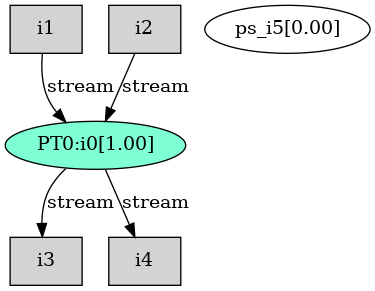
The Graphviz diagram Jacobi_AIE_Scalar/Work/reports/TopGraph.png in lxy-littlechai/SVD, before a commit. Its source is kept beside it as Jacobi_AIE_Scalar/Work/reports/TopGraph.dot.
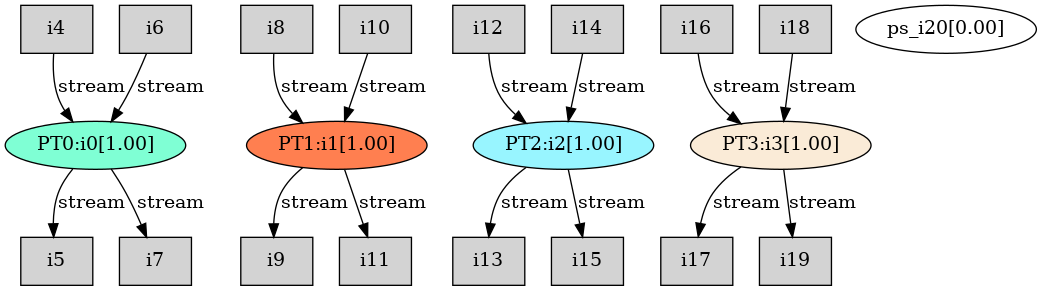
Above is the later version.

The edit, as a diff of the source:
```diff
@@ -1,12 +1,39 @@
 digraph root {
 "PT0:i0[1.00]" [style=filled, fillcolor=aquamarine];
-"i1" [shape=box style=filled, fillcolor=lightgrey];
-"i2" [shape=box style=filled, fillcolor=lightgrey];
-"i3" [shape=box style=filled, fillcolor=lightgrey];
+"PT1:i1[1.00]" [style=filled, fillcolor=coral];
+"PT2:i2[1.00]" [style=filled, fillcolor=cadetblue1];
+"PT3:i3[1.00]" [style=filled, fillcolor=antiquewhite];
 "i4" [shape=box style=filled, fillcolor=lightgrey];
-"ps_i5[0.00]";
-"i1" -> "PT0:i0[1.00]" [label="stream"];
-"i2" -> "PT0:i0[1.00]" [label="stream"];
-"PT0:i0[1.00]" -> "i3" [label="stream"];
-"PT0:i0[1.00]" -> "i4" [label="stream"];
+"i5" [shape=box style=filled, fillcolor=lightgrey];
+"i6" [shape=box style=filled, fillcolor=lightgrey];
+"i7" [shape=box style=filled, fillcolor=lightgrey];
+"i8" [shape=box style=filled, fillcolor=lightgrey];
+"i9" [shape=box style=filled, fillcolor=lightgrey];
+"i10" [shape=box style=filled, fillcolor=lightgrey];
+"i11" [shape=box style=filled, fillcolor=lightgrey];
+"i12" [shape=box style=filled, fillcolor=lightgrey];
+"i13" [shape=box style=filled, fillcolor=lightgrey];
+"i14" [shape=box style=filled, fillcolor=lightgrey];
+"i15" [shape=box style=filled, fillcolor=lightgrey];
+"i16" [shape=box style=filled, fillcolor=lightgrey];
+"i17" [shape=box style=filled, fillcolor=lightgrey];
+"i18" [shape=box style=filled, fillcolor=lightgrey];
+"i19" [shape=box style=filled, fillcolor=lightgrey];
+"ps_i20[0.00]";
+"i4" -> "PT0:i0[1.00]" [label="stream"];
+"i6" -> "PT0:i0[1.00]" [label="stream"];
+"PT0:i0[1.00]" -> "i5" [label="stream"];
+"PT0:i0[1.00]" -> "i7" [label="stream"];
+"i8" -> "PT1:i1[1.00]" [label="stream"];
+"i10" -> "PT1:i1[1.00]" [label="stream"];
+"PT1:i1[1.00]" -> "i9" [label="stream"];
+"PT1:i1[1.00]" -> "i11" [label="stream"];
+"i12" -> "PT2:i2[1.00]" [label="stream"];
+"i14" -> "PT2:i2[1.00]" [label="stream"];
+"PT2:i2[1.00]" -> "i13" [label="stream"];
+"PT2:i2[1.00]" -> "i15" [label="stream"];
+"i16" -> "PT3:i3[1.00]" [label="stream"];
+"i18" -> "PT3:i3[1.00]" [label="stream"];
+"PT3:i3[1.00]" -> "i17" [label="stream"];
+"PT3:i3[1.00]" -> "i19" [label="stream"];
 }
```
